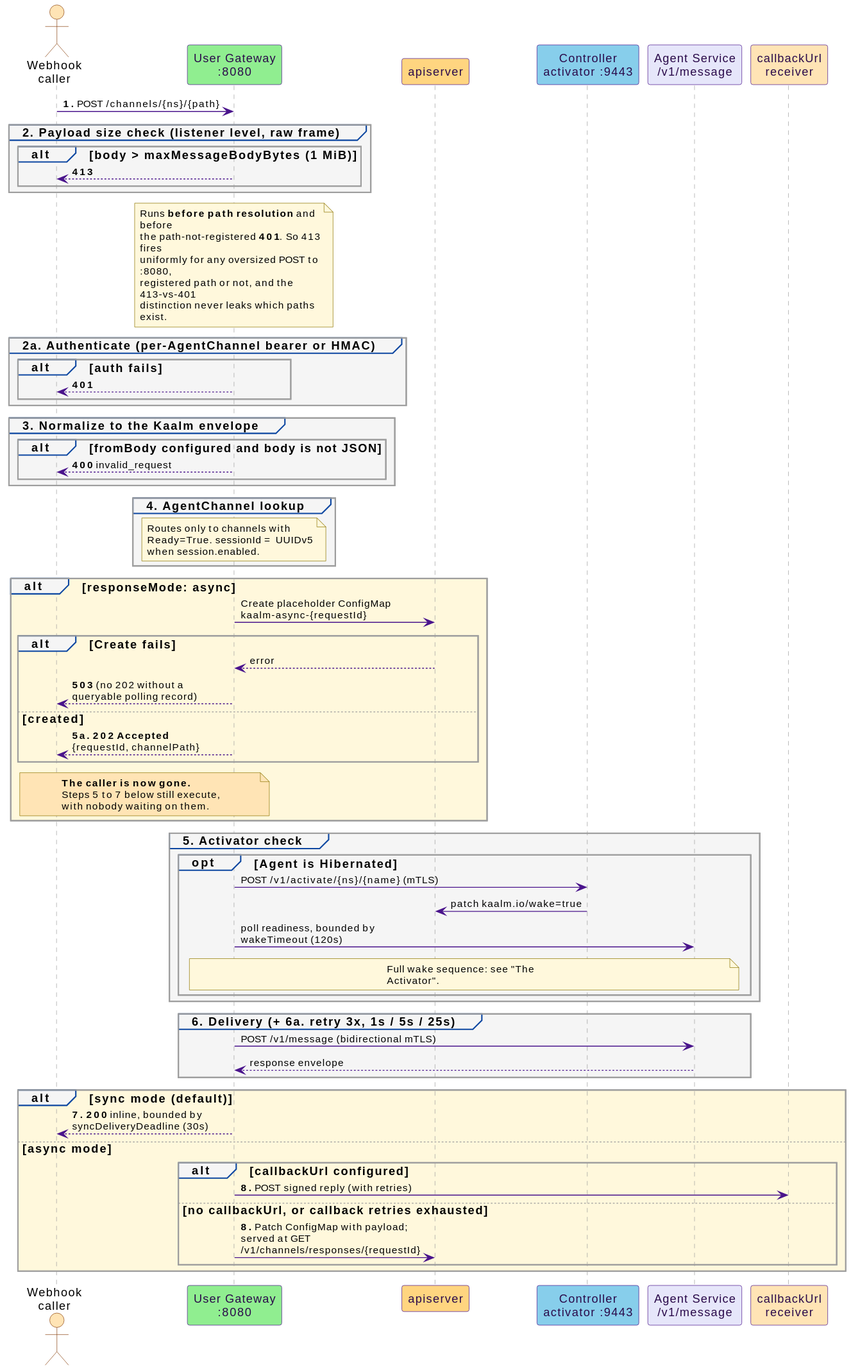
Earlier version of the PlantUML export docs/src/diagrams/user-webhook-flow.svg (win07xp/kaalm).
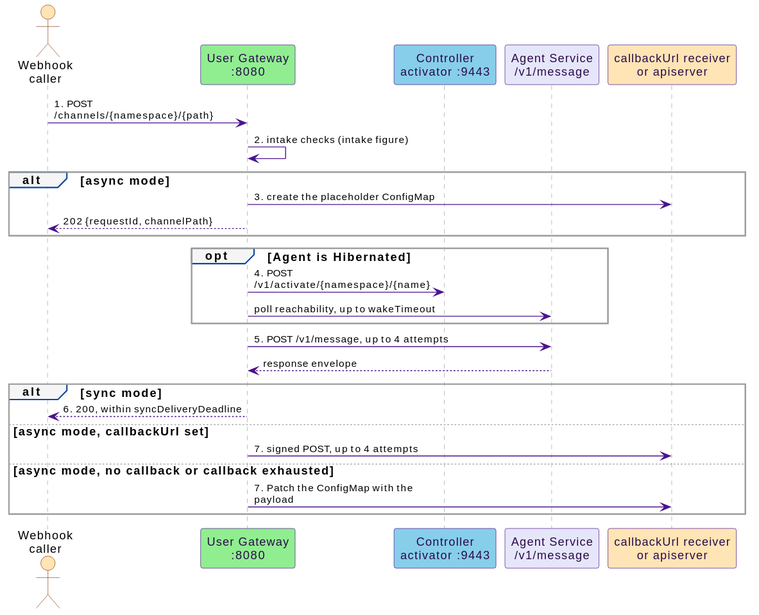
Later version of the same file.

What changed in the source:
```diff
@@ -3,78 +3,27 @@
 
 actor "Webhook\ncaller" as caller
 participant "User Gateway\n:8080" as gw #90EE90
-participant "apiserver" as api #FFD580
 participant "Controller\nactivator :9443" as ctrl #87CEEB
 participant "Agent Service\n/v1/message" as agent
-participant "callbackUrl\nreceiver" as cb #FFE4B5
+participant "callbackUrl receiver\nor apiserver" as out #FFE4B5
 
-caller -> gw : **1.** POST /channels/{ns}/{path}
-
-group #F5F5F5 2. Payload size check (listener level, raw frame)
-  alt body > maxMessageBodyBytes (1 MiB)
-    gw --> caller : **413**
-  end
+caller -> gw : 1. POST /channels/{namespace}/{path}
+gw -> gw : 2. intake checks (intake figure)
+alt async mode
+  gw -> out : 3. create the placeholder ConfigMap
+  gw --> caller : 202 {requestId, channelPath}
 end
-note over gw
-  Runs **before path resolution** and before
-  the path-not-registered **401**. So 413 fires
-  uniformly for any oversized POST to :8080,
-  registered path or not, and the 413-vs-401
-  distinction never leaks which paths exist.
-end note
-
-group #F5F5F5 2a. Authenticate (per-AgentChannel bearer or HMAC)
-  alt auth fails
-    gw --> caller : **401**
-  end
+opt Agent is Hibernated
+  gw -> ctrl : 4. POST /v1/activate/{namespace}/{name}
+  gw -> agent : poll reachability, up to wakeTimeout
 end
-
-group #F5F5F5 3. Normalize to the Kaalm envelope
-  alt fromBody configured and body is not JSON
-    gw --> caller : **400** invalid_request
-  end
-end
-
-group #F5F5F5 4. AgentChannel lookup
-  note over gw : Routes only to channels with\nReady=True. sessionId = UUIDv5\nwhen session.enabled.
-end
-
-alt #FFF8DC responseMode: async
-  gw -> api : Create placeholder ConfigMap\nkaalm-async-{requestId}
-  alt Create fails
-    api --> gw : error
-    gw --> caller : **503** (no 202 without a\nqueryable polling record)
-  else created
-    gw --> caller : **5a. 202 Accepted**\n{requestId, channelPath}
-  end
-  note over caller, gw #FFE4B5
-    **The caller is now gone.**
-    Steps 5 to 7 below still execute,
-    with nobody waiting on them.
-  end note
-end
-
-group #F5F5F5 5. Activator check
-  opt Agent is Hibernated
-    gw -> ctrl : POST /v1/activate/{ns}/{name} (mTLS)
-    ctrl -> api : patch kaalm.io/wake=true
-    gw -> agent : poll readiness, bounded by wakeTimeout (120s)
-    note over gw, agent : Full wake sequence: see "The Activator".
-  end
-end
-
-group #F5F5F5 6. Delivery (+ 6a. retry 3x, 1s / 5s / 25s)
-  gw -> agent : POST /v1/message (bidirectional mTLS)
-  agent --> gw : response envelope
-end
-
-alt #FFF8DC sync mode (default)
-  gw --> caller : **7. 200** inline, bounded by\nsyncDeliveryDeadline (30s)
-else async mode
-  alt callbackUrl configured
-    gw -> cb : **8.** POST signed reply (with retries)
-  else no callbackUrl, or callback retries exhausted
-    gw -> api : **8.** Patch ConfigMap with payload;\nserved at GET /v1/channels/responses/{requestId}
-  end
+gw -> agent : 5. POST /v1/message, up to 4 attempts
+agent --> gw : response envelope
+alt sync mode
+  gw --> caller : 6. 200, within syncDeliveryDeadline
+else async mode, callbackUrl set
+  gw -> out : 7. signed POST, up to 4 attempts
+else async mode, no callback or callback exhausted
+  gw -> out : 7. Patch the ConfigMap with the payload
 end
 @enduml
```
